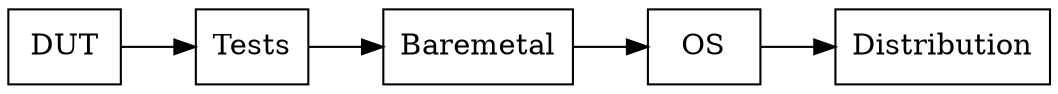
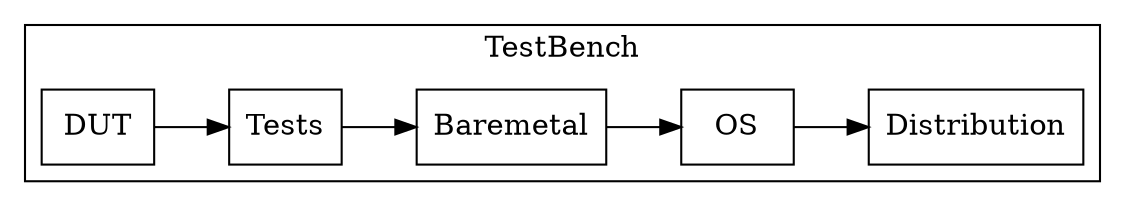
digraph Project {
  // Introduction
  graph [rankdir = LR, splines=ortho];
  node[shape=record];

  // Blocks
-   DUT[label="DUT"];
-   Tests[label="Tests"];
-   Baremetal[label="Baremetal"];
-   OS[label="OS"];
-   Distribution[label="Distribution"];
+   subgraph "cluster TestBench" { label = "TestBench";
+     DUT[shape=box, label="DUT"];
+    Tests[shape=box, label="Tests"];
+     Baremetal[shape=box, label="Baremetal"];
+     OS[shape=box, label="OS"];
+     Distribution[shape=box, label="Distribution"];
+   }

  // Sequence
  DUT -> Tests;
  Tests -> Baremetal;
  Baremetal -> OS;
  OS -> Distribution;
}
